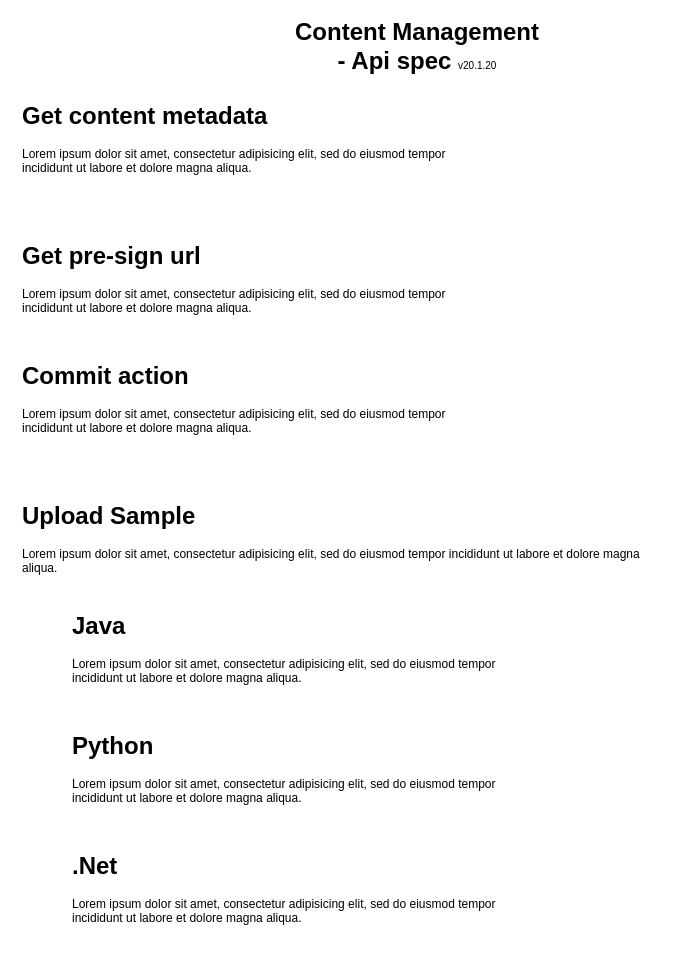
Earlier version of the draw.io diagram page "Api Spec" (3 of 3) of Mid Layer Platform Content Business Flow.drawio (sotheair/designs). Source tidied: cells renumbered, new cells numbered last; positions are measured from the earlier drawing's top-left corner, leaving out a move shared by most shapes. Both pictures are drawn from the tidied source at 100%, with x=0, y=0 at pixel (17, 36).
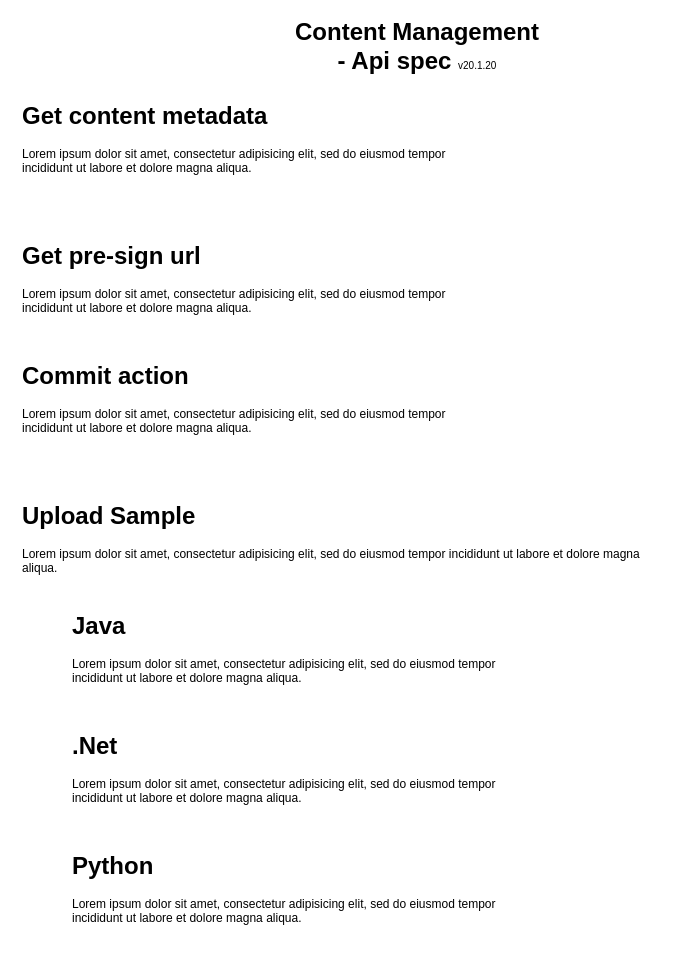
After the change.

Change to the diagram source:
```diff
@@
 <mxGraphModel>
   <root>
     <mxCell id="0" />
     <mxCell id="1" parent="0" />
     <mxCell id="2" value="&lt;h1&gt;Get content metadata&lt;/h1&gt;&lt;p&gt;Lorem ipsum dolor sit amet, consectetur adipisicing elit, sed do eiusmod tempor incididunt ut labore et dolore magna aliqua.&lt;/p&gt;" style="text;html=1;strokeColor=none;fillColor=none;spacing=5;spacingTop=-20;whiteSpace=wrap;overflow=hidden;rounded=0;opacity=50;" parent="1" vertex="1">
       <mxGeometry y="60" width="460" height="80" as="geometry" />
     </mxCell>
     <mxCell id="3" value="&lt;font&gt;&lt;span style=&quot;font-weight: bold ; font-size: 24px&quot;&gt;Content Management&lt;/span&gt;&lt;br&gt;&lt;span style=&quot;font-weight: bold ; font-size: 24px&quot;&gt;- Api spec&amp;nbsp;&lt;/span&gt;&lt;font style=&quot;font-size: 10px&quot;&gt;v20.1.20&lt;/font&gt;&lt;br&gt;&lt;/font&gt;" style="text;html=1;strokeColor=none;fillColor=none;align=center;verticalAlign=middle;whiteSpace=wrap;rounded=0;" parent="1" vertex="1">
       <mxGeometry x="140" width="520" height="20" as="geometry" />
     </mxCell>
     <mxCell id="4" value="&lt;h1&gt;Get pre-sign url&lt;/h1&gt;&lt;p&gt;Lorem ipsum dolor sit amet, consectetur adipisicing elit, sed do eiusmod tempor incididunt ut labore et dolore magna aliqua.&lt;/p&gt;" style="text;html=1;strokeColor=none;fillColor=none;spacing=5;spacingTop=-20;whiteSpace=wrap;overflow=hidden;rounded=0;opacity=50;" parent="1" vertex="1">
       <mxGeometry y="200" width="460" height="80" as="geometry" />
     </mxCell>
     <mxCell id="5" value="&lt;h1&gt;Commit action&lt;/h1&gt;&lt;p&gt;Lorem ipsum dolor sit amet, consectetur adipisicing elit, sed do eiusmod tempor incididunt ut labore et dolore magna aliqua.&lt;/p&gt;" style="text;html=1;strokeColor=none;fillColor=none;spacing=5;spacingTop=-20;whiteSpace=wrap;overflow=hidden;rounded=0;opacity=50;" parent="1" vertex="1">
       <mxGeometry y="320" width="460" height="80" as="geometry" />
     </mxCell>
     <mxCell id="6" value="&lt;h1&gt;Upload Sample&lt;/h1&gt;&lt;p&gt;Lorem ipsum dolor sit amet, consectetur adipisicing elit, sed do eiusmod tempor incididunt ut labore et dolore magna aliqua.&lt;/p&gt;" style="text;html=1;strokeColor=none;fillColor=none;spacing=5;spacingTop=-20;whiteSpace=wrap;overflow=hidden;rounded=0;opacity=50;" parent="1" vertex="1">
       <mxGeometry y="460" width="650" height="100" as="geometry" />
     </mxCell>
     <mxCell id="7" value="&lt;h1&gt;Java&lt;/h1&gt;&lt;p&gt;Lorem ipsum dolor sit amet, consectetur adipisicing elit, sed do eiusmod tempor incididunt ut labore et dolore magna aliqua.&lt;/p&gt;" style="text;html=1;strokeColor=none;fillColor=none;spacing=5;spacingTop=-20;whiteSpace=wrap;overflow=hidden;rounded=0;opacity=50;" parent="1" vertex="1">
       <mxGeometry x="50" y="570" width="470" height="90" as="geometry" />
     </mxCell>
-    <mxCell id="8" value="&lt;h1&gt;Python&lt;/h1&gt;&lt;p&gt;Lorem ipsum dolor sit amet, consectetur adipisicing elit, sed do eiusmod tempor incididunt ut labore et dolore magna aliqua.&lt;/p&gt;" style="text;html=1;strokeColor=none;fillColor=none;spacing=5;spacingTop=-20;whiteSpace=wrap;overflow=hidden;rounded=0;opacity=50;" parent="1" vertex="1">
+    <mxCell id="8" value="&lt;h1&gt;.Net&lt;/h1&gt;&lt;p&gt;Lorem ipsum dolor sit amet, consectetur adipisicing elit, sed do eiusmod tempor incididunt ut labore et dolore magna aliqua.&lt;/p&gt;" style="text;html=1;strokeColor=none;fillColor=none;spacing=5;spacingTop=-20;whiteSpace=wrap;overflow=hidden;rounded=0;opacity=50;" parent="1" vertex="1">
       <mxGeometry x="50" y="690" width="470" height="90" as="geometry" />
     </mxCell>
-    <mxCell id="9" value="&lt;h1&gt;.Net&lt;/h1&gt;&lt;p&gt;Lorem ipsum dolor sit amet, consectetur adipisicing elit, sed do eiusmod tempor incididunt ut labore et dolore magna aliqua.&lt;/p&gt;" style="text;html=1;strokeColor=none;fillColor=none;spacing=5;spacingTop=-20;whiteSpace=wrap;overflow=hidden;rounded=0;opacity=50;" parent="1" vertex="1">
+    <mxCell id="9" value="&lt;h1&gt;Python&lt;/h1&gt;&lt;p&gt;Lorem ipsum dolor sit amet, consectetur adipisicing elit, sed do eiusmod tempor incididunt ut labore et dolore magna aliqua.&lt;/p&gt;" style="text;html=1;strokeColor=none;fillColor=none;spacing=5;spacingTop=-20;whiteSpace=wrap;overflow=hidden;rounded=0;opacity=50;" parent="1" vertex="1">
       <mxGeometry x="50" y="810" width="470" height="90" as="geometry" />
     </mxCell>
   </root>
 </mxGraphModel>
```
